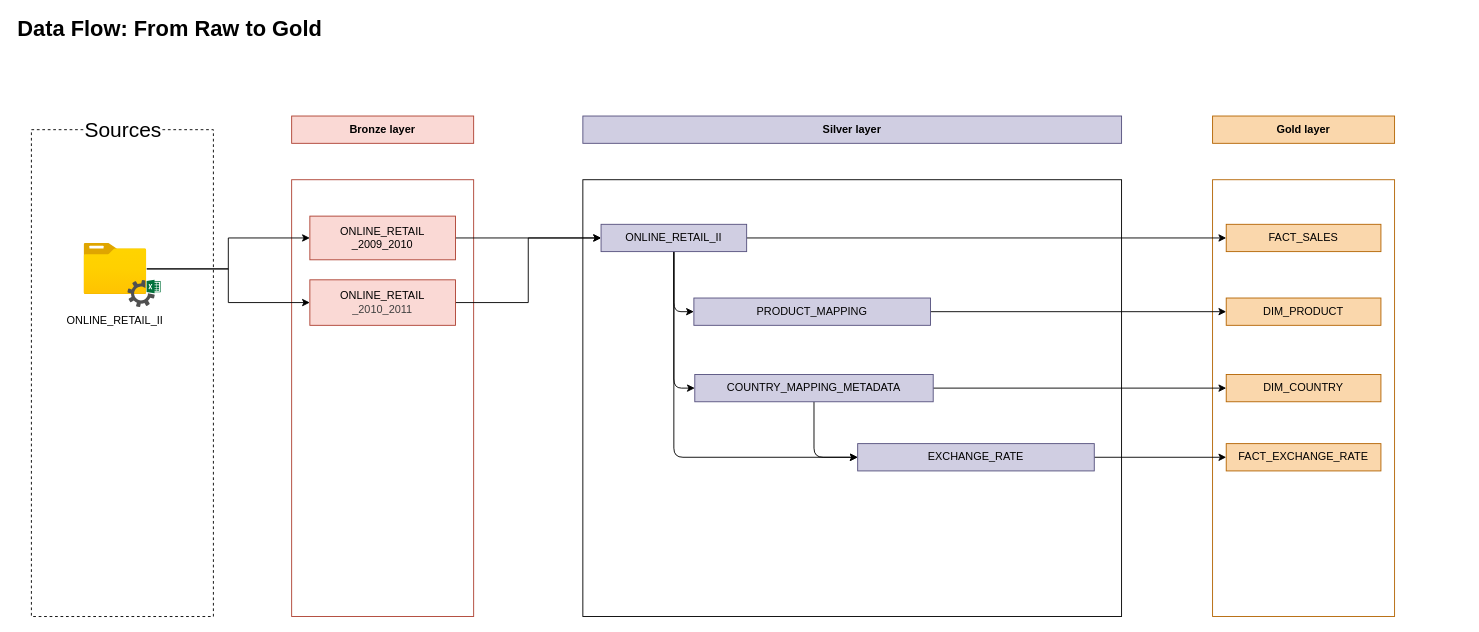
The draw.io diagram diagram_files/dataflow_raw_to_gold.drawio in MatthewRives/WCS_PROJECT3_ONLINE_RETAIL_II_ETL_EDA_RFM, before the edit. Source tidied: cells renumbered, new cells numbered last; positions are measured from the earlier drawing's top-left corner, leaving out a move shared by most shapes. Both pictures are drawn from the tidied source at 91%, with x=0, y=0 at pixel (15, 15).
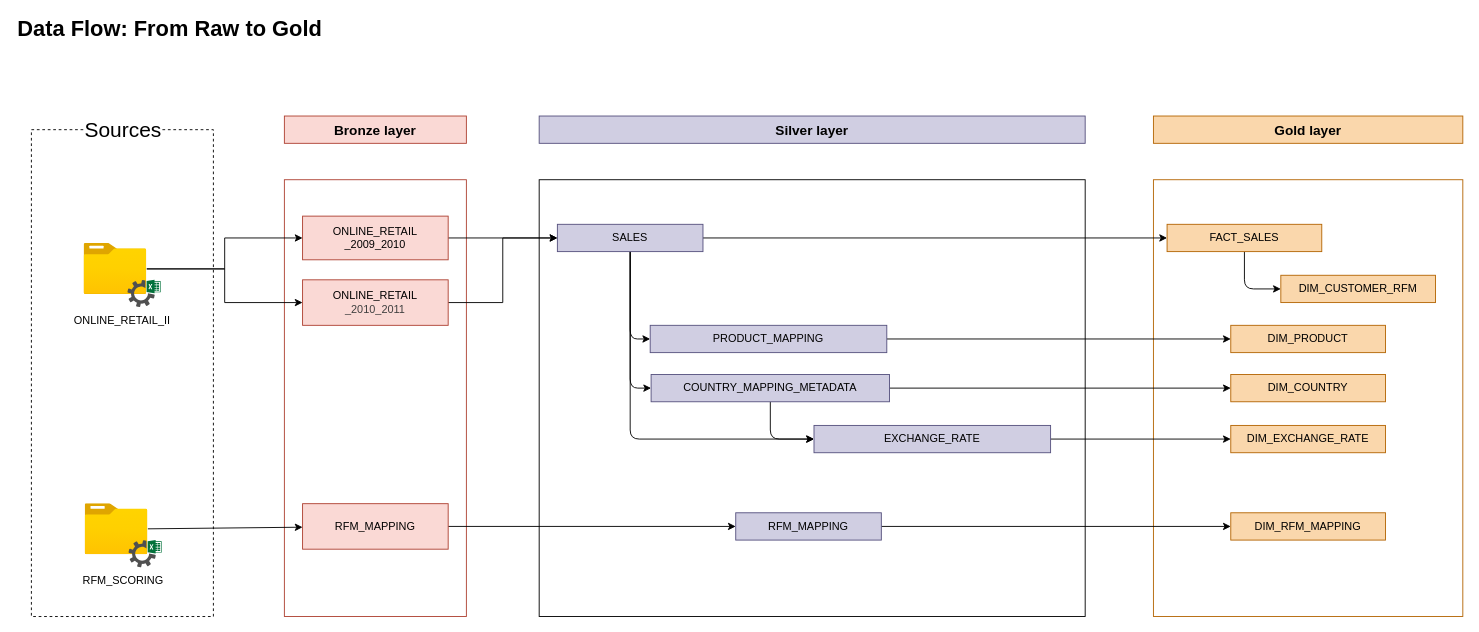
Above is the later version.

Change to the diagram source:
```diff
@@
-    <mxCell id="4" value="Bronze layer" style="rounded=0;whiteSpace=wrap;html=1;strokeColor=#ae4132;fillColor=#fad9d5;imageWidth=24;spacingTop=0;spacing=2;spacingLeft=10;spacingRight=10;fontColor=#000000;fontStyle=1;" parent="1" vertex="1">
-      <mxGeometry x="303" y="110" width="200" height="30" as="geometry" />
+    <mxCell id="4" value="Bronze layer" style="rounded=0;whiteSpace=wrap;html=1;strokeColor=#ae4132;fillColor=#fad9d5;imageWidth=24;spacingTop=0;spacing=2;spacingLeft=10;spacingRight=10;fontColor=#000000;fontStyle=1;fontSize=15;" parent="1" vertex="1">
+      <mxGeometry x="295" y="110" width="200" height="30" as="geometry" />
     </mxCell>
-    <mxCell id="5" value="Silver layer" style="rounded=0;whiteSpace=wrap;html=1;imageWidth=24;spacingTop=0;spacing=2;spacingLeft=10;spacingRight=10;fillColor=#d0cee2;strokeColor=#56517e;fontColor=#000000;fontStyle=1;" parent="1" vertex="1">
-      <mxGeometry x="623" y="110" width="592" height="30" as="geometry" />
+    <mxCell id="5" value="Silver layer" style="rounded=0;whiteSpace=wrap;html=1;imageWidth=24;spacingTop=0;spacing=2;spacingLeft=10;spacingRight=10;fillColor=#d0cee2;strokeColor=#56517e;fontColor=#000000;fontStyle=1;fontSize=15;" parent="1" vertex="1">
+      <mxGeometry x="575" y="110" width="600" height="30" as="geometry" />
     </mxCell>
-    <mxCell id="6" value="Gold layer" style="rounded=0;whiteSpace=wrap;html=1;strokeColor=#b46504;fillColor=#fad7ac;imageWidth=24;spacingTop=0;spacing=2;spacingLeft=10;spacingRight=10;fontColor=#000000;fontStyle=1;" parent="1" vertex="1">
-      <mxGeometry x="1315" y="110" width="200" height="30" as="geometry" />
+    <mxCell id="6" value="Gold layer" style="rounded=0;whiteSpace=wrap;html=1;strokeColor=#b46504;fillColor=#fad7ac;imageWidth=24;spacingTop=0;spacing=2;spacingLeft=10;spacingRight=10;fontColor=#000000;fontStyle=1;fontSize=15;" parent="1" vertex="1">
+      <mxGeometry x="1250" y="110" width="340" height="30" as="geometry" />
     </mxCell>
-    <mxCell id="7" style="group;" parent="1" vertex="1">
-      <mxGeometry x="74.8" y="250" width="84.5" height="100" as="geometry" />
-    </mxCell>
-    <mxCell id="8" style="image;html=1;points=[];align=center;fontSize=12;image=img/lib/azure2/general/Folder_Blank.svg;" parent="7" vertex="1">
-      <mxGeometry width="69" height="56" as="geometry" />
-    </mxCell>
-    <mxCell id="9" value="&lt;span style=&quot;color: rgb(0, 0, 0);&quot;&gt;ONLINE_RETAIL_II&lt;/span&gt;" style="text;html=1;whiteSpace=wrap;strokeColor=none;fillColor=none;align=center;verticalAlign=middle;rounded=0;" parent="7" vertex="1">
-      <mxGeometry x="-26.6" y="70" width="122.2" height="30" as="geometry" />
-    </mxCell>
-    <mxCell id="10" style="sketch=0;shadow=0;dashed=0;html=1;strokeColor=none;fillColor=#505050;labelPosition=center;verticalLabelPosition=bottom;verticalAlign=top;align=center;shape=mxgraph.office.services.excel_services;" parent="7" vertex="1">
-      <mxGeometry x="47.7" y="40" width="36.7" height="30" as="geometry" />
-    </mxCell>
     <mxCell id="11" style="rounded=0;whiteSpace=wrap;html=1;fillColor=none;strokeColor=#ae4132;" parent="1" vertex="1">
-      <mxGeometry x="303" y="180" width="200" height="480" as="geometry" />
+      <mxGeometry x="295" y="180" width="200" height="480" as="geometry" />
     </mxCell>
     <mxCell id="12" style="rounded=0;whiteSpace=wrap;html=1;fillColor=none;strokeColor=default;gradientColor=default;" parent="1" vertex="1">
-      <mxGeometry x="623" y="180" width="592" height="480" as="geometry" />
+      <mxGeometry x="575" y="180" width="600" height="480" as="geometry" />
     </mxCell>
     <mxCell id="13" style="rounded=0;whiteSpace=wrap;html=1;fillColor=none;strokeColor=#b46504;" parent="1" vertex="1">
-      <mxGeometry x="1315" y="180" width="200" height="480" as="geometry" />
+      <mxGeometry x="1250" y="180" width="340" height="480" as="geometry" />
     </mxCell>
+    <mxCell id="37" style="edgeStyle=orthogonalEdgeStyle;html=1;entryX=0;entryY=0.5;entryDx=0;entryDy=0;exitX=0.5;exitY=1;exitDx=0;exitDy=0;" parent="1" edge="1" source="14" target="50">
+      <mxGeometry relative="1" as="geometry" />
+    </mxCell>
     <mxCell id="14" value="FACT_SALES" style="rounded=0;whiteSpace=wrap;html=1;strokeColor=#b46504;fillColor=#fad7ac;imageWidth=24;spacingTop=0;spacing=2;spacingLeft=10;spacingRight=10;fontColor=#000000;" parent="1" vertex="1">
-      <mxGeometry x="1330" y="229" width="170" height="30" as="geometry" />
+      <mxGeometry x="1265" y="229" width="170" height="30" as="geometry" />
     </mxCell>
-    <mxCell id="15" value="FACT_EXCHANGE_RATE" style="rounded=0;whiteSpace=wrap;html=1;strokeColor=#b46504;fillColor=#fad7ac;imageWidth=24;spacingTop=0;spacing=2;spacingLeft=10;spacingRight=10;fontColor=#000000;" parent="1" vertex="1">
-      <mxGeometry x="1330" y="470" width="170" height="30" as="geometry" />
+    <mxCell id="15" value="DIM_EXCHANGE_RATE" style="rounded=0;whiteSpace=wrap;html=1;strokeColor=#b46504;fillColor=#fad7ac;imageWidth=24;spacingTop=0;spacing=2;spacingLeft=10;spacingRight=10;fontColor=#000000;" parent="1" vertex="1">
+      <mxGeometry x="1335" y="450" width="170" height="30" as="geometry" />
     </mxCell>
     <mxCell id="16" value="DIM_COUNTRY" style="rounded=0;whiteSpace=wrap;html=1;strokeColor=#b46504;fillColor=#fad7ac;imageWidth=24;spacingTop=0;spacing=2;spacingLeft=10;spacingRight=10;fontColor=#000000;" parent="1" vertex="1">
-      <mxGeometry x="1330" y="394" width="170" height="30" as="geometry" />
+      <mxGeometry x="1335" y="394" width="170" height="30" as="geometry" />
     </mxCell>
@@
     <mxCell id="18" style="edgeStyle=orthogonalEdgeStyle;html=1;entryX=0;entryY=0.5;entryDx=0;entryDy=0;" parent="1" edge="1" source="21" target="35">
       <mxGeometry relative="1" as="geometry">
         <Array as="points">
-          <mxPoint x="723" y="485" />
+          <mxPoint x="675" y="465" />
         </Array>
       </mxGeometry>
     </mxCell>
@@
-    <mxCell id="21" value="ONLINE_RETAIL_II" style="rounded=0;whiteSpace=wrap;html=1;imageWidth=24;spacingTop=0;spacing=2;spacingLeft=10;spacingRight=10;fillColor=#d0cee2;strokeColor=#56517e;fontColor=#000000;" parent="1" vertex="1">
-      <mxGeometry x="643" y="229" width="160" height="30" as="geometry" />
+    <mxCell id="21" value="SALES" style="rounded=0;whiteSpace=wrap;html=1;imageWidth=24;spacingTop=0;spacing=2;spacingLeft=10;spacingRight=10;fillColor=#d0cee2;strokeColor=#56517e;fontColor=#000000;" parent="1" vertex="1">
+      <mxGeometry x="595" y="229" width="160" height="30" as="geometry" />
     </mxCell>
@@
     <mxCell id="24" value="COUNTRY_MAPPING_METADATA" style="rounded=0;whiteSpace=wrap;html=1;imageWidth=24;spacingTop=0;spacing=2;spacingLeft=10;spacingRight=10;fillColor=#d0cee2;strokeColor=#56517e;fontColor=#000000;" parent="1" vertex="1">
-      <mxGeometry x="746" y="394" width="262" height="30" as="geometry" />
+      <mxGeometry x="698" y="394" width="262" height="30" as="geometry" />
     </mxCell>
@@
     <mxCell id="26" value="PRODUCT_MAPPING" style="rounded=0;whiteSpace=wrap;html=1;imageWidth=24;spacingTop=0;spacing=2;spacingLeft=10;spacingRight=10;fillColor=#d0cee2;strokeColor=#56517e;fontColor=#000000;" parent="1" vertex="1">
-      <mxGeometry x="745" y="310" width="260" height="30" as="geometry" />
+      <mxGeometry x="697" y="340" width="260" height="30" as="geometry" />
     </mxCell>
@@
     <mxCell id="28" value="ONLINE_RETAIL&lt;div&gt;_2009_2010&lt;/div&gt;" style="rounded=0;whiteSpace=wrap;html=1;strokeColor=#ae4132;fillColor=#fad9d5;imageWidth=24;spacingTop=0;spacing=2;spacingLeft=10;spacingRight=10;fontColor=#000000;fontStyle=0;" parent="1" vertex="1">
-      <mxGeometry x="323" y="220" width="160" height="48" as="geometry" />
+      <mxGeometry x="315" y="220" width="160" height="48" as="geometry" />
     </mxCell>
@@
     <mxCell id="30" value="&lt;span style=&quot;color: rgb(0, 0, 0);&quot;&gt;ONLINE_RETAIL&lt;/span&gt;&lt;div style=&quot;color: rgb(63, 63, 63); scrollbar-color: rgb(226, 226, 226) rgb(251, 251, 251);&quot;&gt;_2010_2011&lt;/div&gt;" style="rounded=0;whiteSpace=wrap;html=1;strokeColor=#ae4132;fillColor=#fad9d5;imageWidth=24;spacingTop=0;spacing=2;spacingLeft=10;spacingRight=10;fontColor=#000000;fontStyle=0;" parent="1" vertex="1">
-      <mxGeometry x="323" y="290" width="160" height="50" as="geometry" />
+      <mxGeometry x="315" y="290" width="160" height="50" as="geometry" />
     </mxCell>
@@
     <mxCell id="35" value="EXCHANGE_RATE" style="rounded=0;whiteSpace=wrap;html=1;imageWidth=24;spacingTop=0;spacing=2;spacingLeft=10;spacingRight=10;fillColor=#d0cee2;strokeColor=#56517e;fontColor=#000000;" parent="1" vertex="1">
-      <mxGeometry x="925" y="470" width="260" height="30" as="geometry" />
+      <mxGeometry x="877" y="450" width="260" height="30" as="geometry" />
     </mxCell>
     <mxCell id="36" value="DIM_PRODUCT" style="rounded=0;whiteSpace=wrap;html=1;strokeColor=#b46504;fillColor=#fad7ac;imageWidth=24;spacingTop=0;spacing=2;spacingLeft=10;spacingRight=10;fontColor=#000000;" parent="1" vertex="1">
-      <mxGeometry x="1330" y="310" width="170" height="30" as="geometry" />
+      <mxGeometry x="1335" y="340" width="170" height="30" as="geometry" />
     </mxCell>
+    <mxCell id="38" style="edgeStyle=none;html=1;" parent="1" edge="1" source="39" target="47">
+      <mxGeometry relative="1" as="geometry" />
+    </mxCell>
+    <mxCell id="39" value="RFM_MAPPING" style="rounded=0;whiteSpace=wrap;html=1;strokeColor=#ae4132;fillColor=#fad9d5;imageWidth=24;spacingTop=0;spacing=2;spacingLeft=10;spacingRight=10;fontColor=#000000;fontStyle=0;" parent="1" vertex="1">
+      <mxGeometry x="315" y="536" width="160" height="50" as="geometry" />
+    </mxCell>
+    <mxCell id="40" style="group;" parent="1" vertex="1">
+      <mxGeometry x="57.1" y="536" width="122.2" height="100" as="geometry" />
+    </mxCell>
+    <mxCell id="41" style="group;" parent="40" vertex="1">
+      <mxGeometry x="18.9" width="84.5" height="100" as="geometry" />
+    </mxCell>
+    <mxCell id="42" style="image;html=1;points=[];align=center;fontSize=12;image=img/lib/azure2/general/Folder_Blank.svg;" parent="41" vertex="1">
+      <mxGeometry width="69" height="56" as="geometry" />
+    </mxCell>
+    <mxCell id="43" style="sketch=0;shadow=0;dashed=0;html=1;strokeColor=none;fillColor=#505050;labelPosition=center;verticalLabelPosition=bottom;verticalAlign=top;align=center;shape=mxgraph.office.services.excel_services;" parent="41" vertex="1">
+      <mxGeometry x="47.7" y="40" width="36.7" height="30" as="geometry" />
+    </mxCell>
+    <mxCell id="44" value="&lt;span style=&quot;color: rgb(0, 0, 0);&quot;&gt;RFM_SCORING&lt;/span&gt;" style="text;html=1;whiteSpace=wrap;strokeColor=none;fillColor=none;align=center;verticalAlign=middle;rounded=0;" parent="40" vertex="1">
+      <mxGeometry y="70" width="122.2" height="30" as="geometry" />
+    </mxCell>
+    <mxCell id="45" style="edgeStyle=none;html=1;" parent="1" edge="1" source="42" target="39">
+      <mxGeometry relative="1" as="geometry" />
+    </mxCell>
+    <mxCell id="46" style="edgeStyle=none;html=1;entryX=0;entryY=0.5;entryDx=0;entryDy=0;" parent="1" edge="1" source="47" target="48">
+      <mxGeometry relative="1" as="geometry" />
+    </mxCell>
+    <mxCell id="47" value="RFM_MAPPING" style="rounded=0;whiteSpace=wrap;html=1;imageWidth=24;spacingTop=0;spacing=2;spacingLeft=10;spacingRight=10;fillColor=#d0cee2;strokeColor=#56517e;fontColor=#000000;" parent="1" vertex="1">
+      <mxGeometry x="791" y="546" width="160" height="30" as="geometry" />
+    </mxCell>
+    <mxCell id="48" value="DIM_RFM_MAPPING" style="rounded=0;whiteSpace=wrap;html=1;strokeColor=#b46504;fillColor=#fad7ac;imageWidth=24;spacingTop=0;spacing=2;spacingLeft=10;spacingRight=10;fontColor=#000000;" parent="1" vertex="1">
+      <mxGeometry x="1335" y="546" width="170" height="30" as="geometry" />
+    </mxCell>
+    <mxCell id="49" style="group;" parent="1" vertex="1">
+      <mxGeometry x="55.9" y="250" width="122.2" height="100" as="geometry" />
+    </mxCell>
+    <mxCell id="7" style="group;" parent="49" vertex="1">
+      <mxGeometry x="18.9" width="84.5" height="100" as="geometry" />
+    </mxCell>
+    <mxCell id="8" style="image;html=1;points=[];align=center;fontSize=12;image=img/lib/azure2/general/Folder_Blank.svg;" parent="7" vertex="1">
+      <mxGeometry width="69" height="56" as="geometry" />
+    </mxCell>
+    <mxCell id="10" style="sketch=0;shadow=0;dashed=0;html=1;strokeColor=none;fillColor=#505050;labelPosition=center;verticalLabelPosition=bottom;verticalAlign=top;align=center;shape=mxgraph.office.services.excel_services;" parent="7" vertex="1">
+      <mxGeometry x="47.7" y="40" width="36.7" height="30" as="geometry" />
+    </mxCell>
+    <mxCell id="9" value="&lt;span style=&quot;color: rgb(0, 0, 0);&quot;&gt;ONLINE_RETAIL_II&lt;/span&gt;" style="text;html=1;whiteSpace=wrap;strokeColor=none;fillColor=none;align=center;verticalAlign=middle;rounded=0;" parent="49" vertex="1">
+      <mxGeometry y="70" width="122.2" height="30" as="geometry" />
+    </mxCell>
+    <mxCell id="50" value="DIM_CUSTOMER_RFM" style="rounded=0;whiteSpace=wrap;html=1;strokeColor=#b46504;fillColor=#fad7ac;imageWidth=24;spacingTop=0;spacing=2;spacingLeft=10;spacingRight=10;fontColor=#000000;" parent="1" vertex="1">
+      <mxGeometry x="1390" y="285" width="170" height="30" as="geometry" />
+    </mxCell>
```
